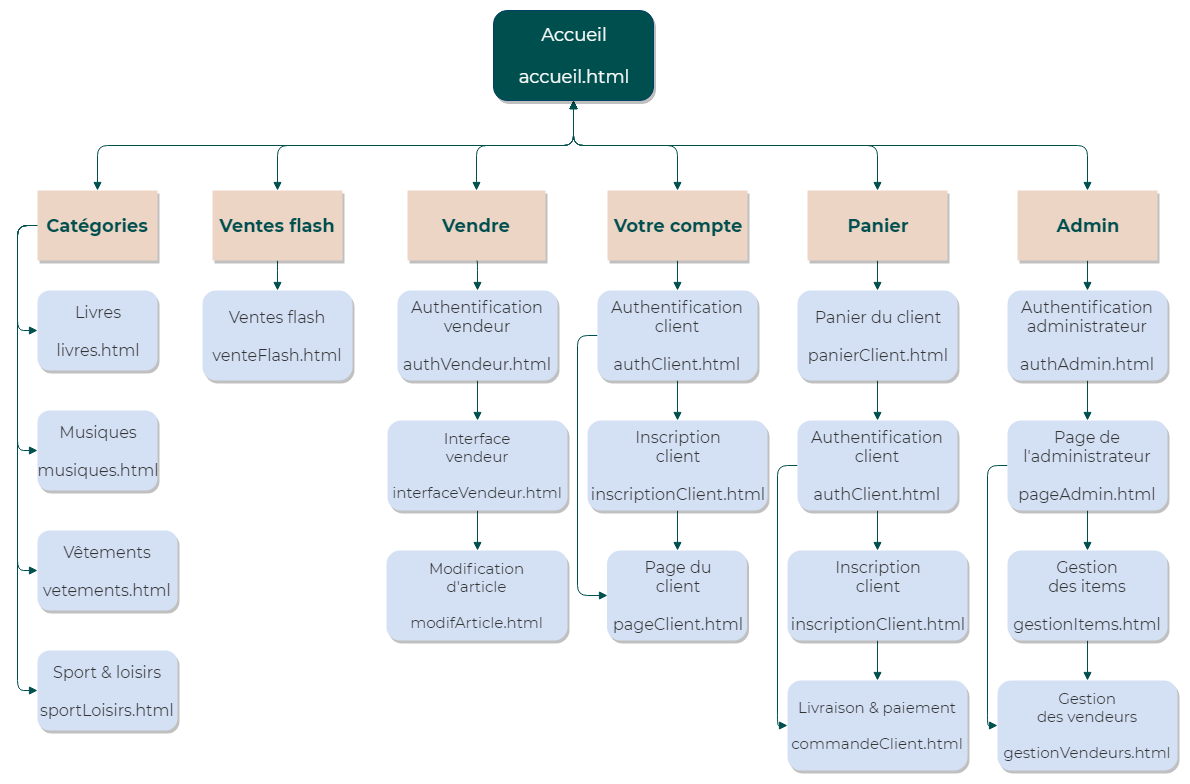
Above: Storyboard.png in HenintsoaRaza/Piscine-ECE-Amazon (draw.io), before the change. Source tidied: cells renumbered, new cells last; positions are measured from the earlier drawing's top-left corner, leaving out a move shared by most shapes.
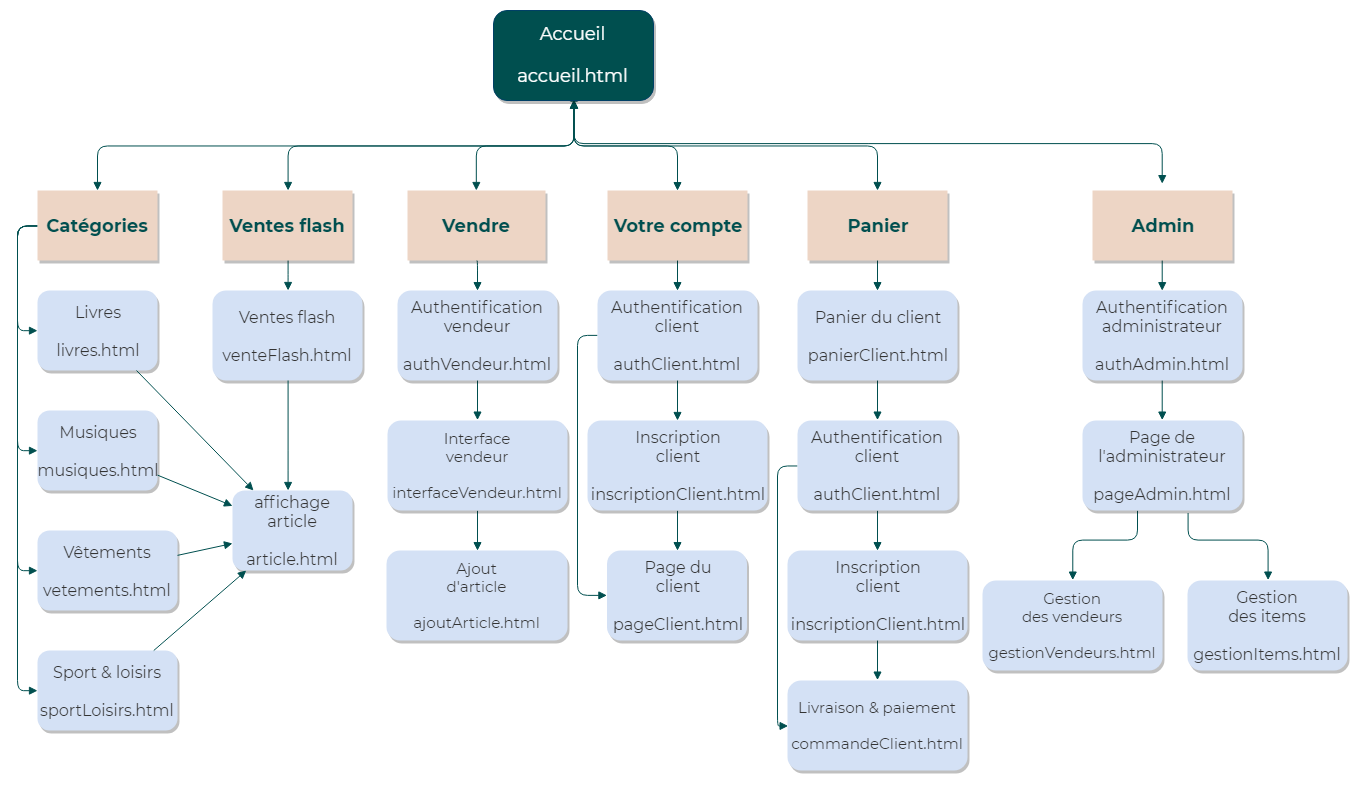
After the commit.

Diff of the diagram source:
```diff
@@ -17,8 +17,15 @@
     <mxCell id="6" style="edgeStyle=orthogonalEdgeStyle;jettySize=auto;html=1;exitX=0.5;exitY=1;exitDx=0;exitDy=0;fontFamily=Helvetica;fontSize=22;fontColor=#67AB9F;strokeColor=#004F4F;rounded=1;endArrow=block;endFill=1;startArrow=block;startFill=1;" parent="1" edge="1" source="8" target="23">
       <mxGeometry relative="1" as="geometry" />
     </mxCell>
-    <mxCell id="7" style="edgeStyle=orthogonalEdgeStyle;jettySize=auto;html=1;exitX=0.5;exitY=1;exitDx=0;exitDy=0;fontFamily=Helvetica;fontSize=22;fontColor=#67AB9F;strokeColor=#004F4F;rounded=1;endArrow=block;endFill=1;startArrow=block;startFill=1;" parent="1" edge="1" source="8" target="21">
-      <mxGeometry relative="1" as="geometry" />
+    <mxCell id="7" style="edgeStyle=orthogonalEdgeStyle;orthogonalLoop=1;jettySize=auto;html=1;exitX=0.5;exitY=1;exitDx=0;exitDy=0;fontFamily=Helvetica;fontSize=22;fontColor=#67AB9F;strokeColor=#004F4F;rounded=1;endArrow=block;endFill=1;startArrow=block;startFill=1;" parent="1" edge="1">
+      <mxGeometry relative="1" as="geometry">
+        <mxPoint x="536.3" y="82.7" as="sourcePoint" />
+        <mxPoint x="1124.7" y="173" as="targetPoint" />
+        <Array as="points">
+          <mxPoint x="536" y="133" />
+          <mxPoint x="1125" y="133" />
+        </Array>
+      </mxGeometry>
     </mxCell>
     <mxCell id="8" value="Accueil&lt;br style=&quot;font-size: 18px&quot;&gt;&lt;br style=&quot;font-size: 18px&quot;&gt;accueil.html&lt;br style=&quot;font-size: 18px&quot;&gt;" style="rounded=1;fontFamily=Montserrat;fontSize=18;fillColor=#004F4F;strokeColor=#004066;fontColor=#FFFFFF;glass=0;shadow=1;comic=0;whiteSpace=wrap;html=1;" parent="1" vertex="1">
       <mxGeometry x="456" width="160" height="90" as="geometry" />
@@ -42,7 +49,7 @@
       <mxGeometry relative="1" as="geometry" />
     </mxCell>
     <mxCell id="15" value="Ventes flash" style="rounded=0;whiteSpace=wrap;html=1;fontFamily=Montserrat;fontSize=18;arcSize=31;labelBackgroundColor=none;labelBorderColor=none;fillColor=#EDD5C5;strokeColor=none;fontStyle=1;shadow=1;comic=0;glass=0;fontColor=#004F4F;" parent="1" vertex="1">
-      <mxGeometry x="175" y="180" width="130" height="70" as="geometry" />
+      <mxGeometry x="185" y="180" width="130" height="70" as="geometry" />
     </mxCell>
     <mxCell id="16" style="edgeStyle=orthogonalEdgeStyle;rounded=1;jettySize=auto;html=1;exitX=0.5;exitY=1;exitDx=0;exitDy=0;entryX=0.5;entryY=0;entryDx=0;entryDy=0;fontFamily=Helvetica;fontSize=18;fontColor=#999900;strokeColor=#004F4F;endArrow=block;endFill=1;" parent="1" edge="1" source="17" target="35">
       <mxGeometry relative="1" as="geometry" />
@@ -60,7 +67,7 @@
       <mxGeometry relative="1" as="geometry" />
     </mxCell>
     <mxCell id="21" value="Admin" style="rounded=0;whiteSpace=wrap;html=1;fontFamily=Montserrat;fontSize=18;arcSize=31;labelBackgroundColor=none;labelBorderColor=none;fillColor=#EDD5C5;strokeColor=none;fontStyle=1;shadow=1;comic=0;glass=0;fontColor=#004F4F;" parent="1" vertex="1">
-      <mxGeometry x="980" y="180" width="140" height="70" as="geometry" />
+      <mxGeometry x="1055" y="180" width="140" height="70" as="geometry" />
     </mxCell>
     <mxCell id="22" style="edgeStyle=orthogonalEdgeStyle;rounded=1;jettySize=auto;html=1;exitX=0.5;exitY=1;exitDx=0;exitDy=0;entryX=0.5;entryY=0;entryDx=0;entryDy=0;fontFamily=Helvetica;fontSize=18;fontColor=#999900;strokeColor=#004F4F;endArrow=block;endFill=1;" parent="1" edge="1" source="23" target="42">
       <mxGeometry relative="1" as="geometry" />
@@ -81,7 +88,7 @@
       <mxGeometry y="640" width="140" height="80" as="geometry" />
     </mxCell>
     <mxCell id="28" value="Ventes flash&lt;br style=&quot;font-size: 16px;&quot;&gt;&lt;br style=&quot;font-size: 16px;&quot;&gt;venteFlash.html&lt;br style=&quot;font-size: 16px;&quot;&gt;" style="rounded=1;whiteSpace=wrap;html=1;labelBackgroundColor=none;fillColor=#D4E1F5;fontFamily=Montserrat;fontSize=16;fontColor=#333333;shadow=1;strokeColor=none;glass=0;fontStyle=0;" parent="1" vertex="1">
-      <mxGeometry x="165" y="280" width="150" height="90" as="geometry" />
+      <mxGeometry x="175" y="280" width="150" height="90" as="geometry" />
     </mxCell>
     <mxCell id="29" style="edgeStyle=orthogonalEdgeStyle;rounded=1;jettySize=auto;html=1;exitX=0.5;exitY=1;exitDx=0;exitDy=0;entryX=0.5;entryY=0;entryDx=0;entryDy=0;fontFamily=Helvetica;fontSize=16;fontColor=#999900;shadow=0;endArrow=block;endFill=1;strokeColor=#004F4F;" parent="1" edge="1" source="30" target="32">
       <mxGeometry relative="1" as="geometry" />
@@ -141,28 +148,59 @@
       <mxGeometry relative="1" as="geometry" />
     </mxCell>
     <mxCell id="48" value="Authentification&lt;br style=&quot;font-size: 16px;&quot;&gt;administrateur&lt;br style=&quot;font-size: 16px;&quot;&gt;&lt;br style=&quot;font-size: 16px;&quot;&gt;authAdmin.html&lt;br style=&quot;font-size: 16px;&quot;&gt;" style="rounded=1;whiteSpace=wrap;html=1;labelBackgroundColor=none;fillColor=#D4E1F5;fontFamily=Montserrat;fontSize=16;fontColor=#333333;shadow=1;strokeColor=none;glass=0;fontStyle=0;" parent="1" vertex="1">
-      <mxGeometry x="970" y="280" width="160" height="90" as="geometry" />
+      <mxGeometry x="1045" y="280" width="160" height="90" as="geometry" />
     </mxCell>
-    <mxCell id="49" style="edgeStyle=orthogonalEdgeStyle;rounded=1;jettySize=auto;html=1;exitX=0;exitY=0.5;exitDx=0;exitDy=0;entryX=0;entryY=0.5;entryDx=0;entryDy=0;fontFamily=Helvetica;fontSize=16;fontColor=#999900;shadow=0;strokeColor=#004F4F;endArrow=block;endFill=1;" parent="1" edge="1" source="51" target="54">
-      <mxGeometry relative="1" as="geometry" />
+    <mxCell id="49" style="edgeStyle=orthogonalEdgeStyle;rounded=1;jettySize=auto;html=1;entryX=0.5;entryY=0;entryDx=0;entryDy=0;fontFamily=Helvetica;fontSize=16;fontColor=#999900;shadow=0;strokeColor=#004F4F;endArrow=block;endFill=1;" parent="1" edge="1" target="54">
+      <mxGeometry relative="1" as="geometry">
+        <mxPoint x="1100" y="500" as="sourcePoint" />
+        <Array as="points">
+          <mxPoint x="1100" y="530" />
+          <mxPoint x="1035" y="530" />
+        </Array>
+      </mxGeometry>
     </mxCell>
-    <mxCell id="50" style="edgeStyle=orthogonalEdgeStyle;rounded=1;jettySize=auto;html=1;exitX=0.5;exitY=1;exitDx=0;exitDy=0;entryX=0.5;entryY=0;entryDx=0;entryDy=0;shadow=0;strokeColor=#004F4F;endArrow=block;endFill=1;" parent="1" edge="1" source="51" target="53">
-      <mxGeometry relative="1" as="geometry" />
+    <mxCell id="50" style="edgeStyle=orthogonalEdgeStyle;rounded=1;jettySize=auto;html=1;exitX=0.663;exitY=1.022;exitDx=0;exitDy=0;entryX=0.5;entryY=0;entryDx=0;entryDy=0;shadow=0;strokeColor=#004F4F;endArrow=block;endFill=1;exitPerimeter=0;" parent="1" edge="1" source="51" target="53">
+      <mxGeometry relative="1" as="geometry">
+        <Array as="points">
+          <mxPoint x="1151" y="530" />
+          <mxPoint x="1230" y="530" />
+        </Array>
+      </mxGeometry>
     </mxCell>
     <mxCell id="51" value="Page de&lt;br style=&quot;font-size: 16px;&quot;&gt;l'administrateur&lt;br style=&quot;font-size: 16px;&quot;&gt;&lt;br style=&quot;font-size: 16px;&quot;&gt;pageAdmin.html&lt;br style=&quot;font-size: 16px;&quot;&gt;" style="rounded=1;whiteSpace=wrap;html=1;labelBackgroundColor=none;fillColor=#D4E1F5;fontFamily=Montserrat;fontSize=16;fontColor=#333333;shadow=1;strokeColor=none;glass=0;fontStyle=0;" parent="1" vertex="1">
-      <mxGeometry x="970" y="410" width="160" height="90" as="geometry" />
+      <mxGeometry x="1045" y="410" width="160" height="90" as="geometry" />
     </mxCell>
-    <mxCell id="52" style="edgeStyle=orthogonalEdgeStyle;rounded=1;jettySize=auto;html=1;shadow=0;strokeColor=#004F4F;endArrow=block;endFill=1;" parent="1" edge="1" source="53" target="54">
-      <mxGeometry relative="1" as="geometry" />
-    </mxCell>
     <mxCell id="53" value="Gestion&lt;br style=&quot;font-size: 16px;&quot;&gt;des items&lt;br style=&quot;font-size: 16px;&quot;&gt;&lt;br style=&quot;font-size: 16px;&quot;&gt;gestionItems.html&lt;br style=&quot;font-size: 16px;&quot;&gt;" style="rounded=1;whiteSpace=wrap;html=1;labelBackgroundColor=none;fillColor=#D4E1F5;fontFamily=Montserrat;fontSize=16;fontColor=#333333;shadow=1;strokeColor=none;glass=0;fontStyle=0;" parent="1" vertex="1">
-      <mxGeometry x="970" y="540" width="160" height="90" as="geometry" />
+      <mxGeometry x="1150" y="570" width="160" height="90" as="geometry" />
     </mxCell>
     <mxCell id="54" value="Gestion&lt;br style=&quot;font-size: 15px;&quot;&gt;des vendeurs&lt;br style=&quot;font-size: 15px;&quot;&gt;&lt;br style=&quot;font-size: 15px;&quot;&gt;gestionVendeurs.html&lt;br style=&quot;font-size: 15px;&quot;&gt;" style="rounded=1;whiteSpace=wrap;html=1;labelBackgroundColor=none;fillColor=#D4E1F5;fontFamily=Montserrat;fontSize=15;fontColor=#333333;shadow=1;strokeColor=none;glass=0;fontStyle=0;" parent="1" vertex="1">
-      <mxGeometry x="960" y="670" width="180" height="90" as="geometry" />
+      <mxGeometry x="945" y="570" width="180" height="90" as="geometry" />
     </mxCell>
-    <mxCell id="55" value="Modification&lt;br&gt;d'article&lt;br style=&quot;font-size: 15px&quot;&gt;&lt;br style=&quot;font-size: 15px&quot;&gt;modifArticle.html&lt;br style=&quot;font-size: 15px&quot;&gt;" style="rounded=1;whiteSpace=wrap;html=1;labelBackgroundColor=none;fillColor=#D4E1F5;fontFamily=Montserrat;fontSize=15;fontColor=#333333;shadow=1;strokeColor=none;glass=0;fontStyle=0;" parent="1" vertex="1">
+    <mxCell id="55" value="Ajout&lt;br&gt;d'article&lt;br style=&quot;font-size: 15px&quot;&gt;&lt;br&gt;ajoutArticle.html&lt;br style=&quot;font-size: 15px&quot;&gt;" style="rounded=1;whiteSpace=wrap;html=1;labelBackgroundColor=none;fillColor=#D4E1F5;fontFamily=Montserrat;fontSize=15;fontColor=#333333;shadow=1;strokeColor=none;glass=0;fontStyle=0;" parent="1" vertex="1">
       <mxGeometry x="349" y="540" width="181" height="90" as="geometry" />
     </mxCell>
+    <mxCell id="56" value="affichage article&lt;br style=&quot;font-size: 16px&quot;&gt;&lt;br style=&quot;font-size: 16px&quot;&gt;article.html&lt;br style=&quot;font-size: 16px&quot;&gt;" style="rounded=1;whiteSpace=wrap;html=1;labelBackgroundColor=none;fillColor=#D4E1F5;fontFamily=Montserrat;fontSize=16;fontColor=#333333;shadow=1;strokeColor=none;glass=0;fontStyle=0;" parent="1" vertex="1">
+      <mxGeometry x="195" y="480" width="120" height="80" as="geometry" />
+    </mxCell>
+    <mxCell id="57" style="rounded=1;jettySize=auto;html=1;fontFamily=Helvetica;fontSize=24;fontColor=#CCE5FF;startArrow=none;startFill=0;strokeColor=#004F4F;endArrow=block;endFill=1;" parent="1" edge="1" source="24" target="56">
+      <mxGeometry relative="1" as="geometry" />
+    </mxCell>
+    <mxCell id="58" style="rounded=1;jettySize=auto;html=1;fontFamily=Helvetica;fontSize=24;fontColor=#CCE5FF;startArrow=none;startFill=0;strokeColor=#004F4F;endArrow=block;endFill=1;" parent="1" edge="1" source="25" target="56">
+      <mxGeometry relative="1" as="geometry" />
+    </mxCell>
+    <mxCell id="59" style="rounded=1;jettySize=auto;html=1;fontFamily=Helvetica;fontSize=24;fontColor=#CCE5FF;startArrow=none;startFill=0;strokeColor=#004F4F;endArrow=block;endFill=1;" parent="1" edge="1" source="26" target="56">
+      <mxGeometry relative="1" as="geometry" />
+    </mxCell>
+    <mxCell id="60" style="rounded=1;jettySize=auto;html=1;fontFamily=Helvetica;fontSize=24;fontColor=#CCE5FF;startArrow=none;startFill=0;strokeColor=#004F4F;endArrow=block;endFill=1;" parent="1" edge="1" source="27" target="56">
+      <mxGeometry relative="1" as="geometry" />
+    </mxCell>
+    <mxCell id="61" style="rounded=1;jettySize=auto;html=1;fontFamily=Helvetica;fontSize=24;fontColor=#CCE5FF;startArrow=none;startFill=0;strokeColor=#004F4F;endArrow=block;endFill=1;edgeStyle=orthogonalEdgeStyle;" parent="1" edge="1" source="28" target="56">
+      <mxGeometry relative="1" as="geometry">
+        <Array as="points">
+          <mxPoint x="250" y="450" />
+          <mxPoint x="250" y="450" />
+        </Array>
+      </mxGeometry>
+    </mxCell>
   </root>
 </mxGraphModel>
```
